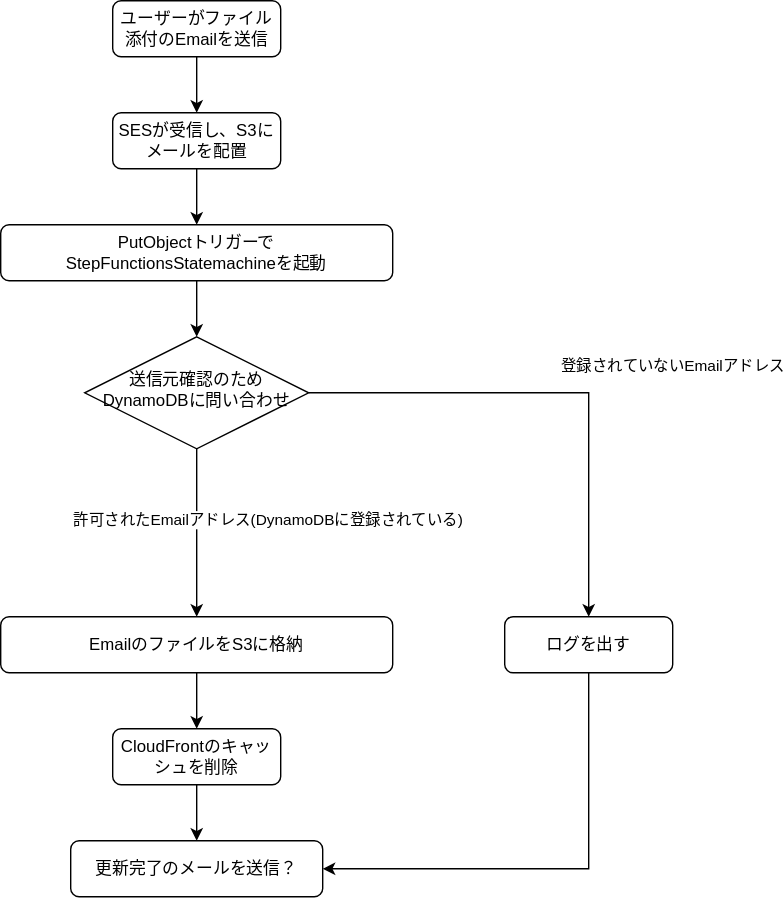
This is img/email-uploader-flow.drawio.svg from m-kotaro/aws-cloudformation-email-uploader, a draw.io export, as it was before one commit. Source tidied: cells renumbered, new cells last; positions are measured from the earlier drawing's top-left corner, leaving out a move shared by most shapes. Its diagram source:
```xml
<mxGraphModel>
  <root>
    <mxCell id="0" />
    <mxCell id="1" parent="0" />
    <mxCell id="2" style="edgeStyle=orthogonalEdgeStyle;rounded=0;jettySize=auto;html=1;" parent="1" edge="1" source="3" target="16">
      <mxGeometry relative="1" as="geometry" />
    </mxCell>
    <mxCell id="3" value="SESが受信し、S3にメールを配置" style="rounded=1;whiteSpace=wrap;html=1;fontSize=12;glass=0;strokeWidth=1;shadow=0;" parent="1" vertex="1">
      <mxGeometry x="80" y="80" width="120" height="40" as="geometry" />
    </mxCell>
    <mxCell id="4" style="edgeStyle=orthogonalEdgeStyle;rounded=0;jettySize=auto;html=1;" parent="1" edge="1" source="8" target="18">
      <mxGeometry relative="1" as="geometry" />
    </mxCell>
    <mxCell id="5" value="許可されたEmailアドレス(DynamoDBに登録されている)" style="edgeLabel;html=1;align=center;verticalAlign=middle;" parent="4" vertex="1">
      <mxGeometry x="-0.6" y="4" relative="1" as="geometry">
        <mxPoint x="46" y="26" as="offset" />
      </mxGeometry>
    </mxCell>
    <mxCell id="6" style="edgeStyle=orthogonalEdgeStyle;rounded=0;jettySize=auto;html=1;" parent="1" edge="1" source="8" target="10">
      <mxGeometry relative="1" as="geometry" />
    </mxCell>
    <mxCell id="7" value="登録されていないEmailアドレス" style="edgeLabel;html=1;align=center;verticalAlign=middle;" parent="6" vertex="1">
      <mxGeometry x="-0.04" relative="1" as="geometry">
        <mxPoint x="88" y="-20" as="offset" />
      </mxGeometry>
    </mxCell>
    <mxCell id="8" value="送信元確認のためDynamoDBに問い合わせ" style="rhombus;whiteSpace=wrap;html=1;shadow=0;fontFamily=Helvetica;fontSize=12;align=center;strokeWidth=1;spacing=6;spacingTop=-4;" parent="1" vertex="1">
      <mxGeometry x="60" y="240" width="160" height="80" as="geometry" />
    </mxCell>
    <mxCell id="9" style="edgeStyle=orthogonalEdgeStyle;rounded=0;jettySize=auto;html=1;" parent="1" edge="1" source="10" target="19">
      <mxGeometry relative="1" as="geometry">
        <Array as="points">
          <mxPoint x="420" y="620" />
        </Array>
      </mxGeometry>
    </mxCell>
    <mxCell id="10" value="ログを出す" style="rounded=1;whiteSpace=wrap;html=1;fontSize=12;glass=0;strokeWidth=1;shadow=0;" parent="1" vertex="1">
      <mxGeometry x="360" y="440" width="120" height="40" as="geometry" />
    </mxCell>
    <mxCell id="11" style="edgeStyle=orthogonalEdgeStyle;rounded=0;jettySize=auto;html=1;" parent="1" edge="1" source="12" target="19">
      <mxGeometry relative="1" as="geometry" />
    </mxCell>
    <mxCell id="12" value="CloudFrontのキャッシュを削除" style="rounded=1;whiteSpace=wrap;html=1;fontSize=12;glass=0;strokeWidth=1;shadow=0;" parent="1" vertex="1">
      <mxGeometry x="80" y="520" width="120" height="40" as="geometry" />
    </mxCell>
    <mxCell id="13" style="edgeStyle=orthogonalEdgeStyle;rounded=0;jettySize=auto;html=1;" parent="1" edge="1" source="14" target="3">
      <mxGeometry relative="1" as="geometry" />
    </mxCell>
    <mxCell id="14" value="ユーザーがファイル添付のEmailを送信" style="rounded=1;whiteSpace=wrap;html=1;fontSize=12;glass=0;strokeWidth=1;shadow=0;" parent="1" vertex="1">
      <mxGeometry x="80" width="120" height="40" as="geometry" />
    </mxCell>
    <mxCell id="15" style="edgeStyle=orthogonalEdgeStyle;rounded=0;jettySize=auto;html=1;" parent="1" edge="1" source="16" target="8">
      <mxGeometry relative="1" as="geometry" />
    </mxCell>
    <mxCell id="16" value="PutObjectトリガーで&lt;div&gt;StepFunctionsStatemachineを起動&lt;/div&gt;" style="rounded=1;whiteSpace=wrap;html=1;fontSize=12;glass=0;strokeWidth=1;shadow=0;" parent="1" vertex="1">
      <mxGeometry y="160" width="280" height="40" as="geometry" />
    </mxCell>
    <mxCell id="17" style="edgeStyle=orthogonalEdgeStyle;rounded=0;jettySize=auto;html=1;" parent="1" edge="1" source="18" target="12">
      <mxGeometry relative="1" as="geometry" />
    </mxCell>
    <mxCell id="18" value="EmailのファイルをS3に格納" style="rounded=1;whiteSpace=wrap;html=1;fontSize=12;glass=0;strokeWidth=1;shadow=0;" parent="1" vertex="1">
      <mxGeometry y="440" width="280" height="40" as="geometry" />
    </mxCell>
    <mxCell id="19" value="更新完了のメールを送信？" style="rounded=1;whiteSpace=wrap;html=1;fontSize=12;glass=0;strokeWidth=1;shadow=0;" parent="1" vertex="1">
      <mxGeometry x="50" y="600" width="180" height="40" as="geometry" />
    </mxCell>
  </root>
</mxGraphModel>
```
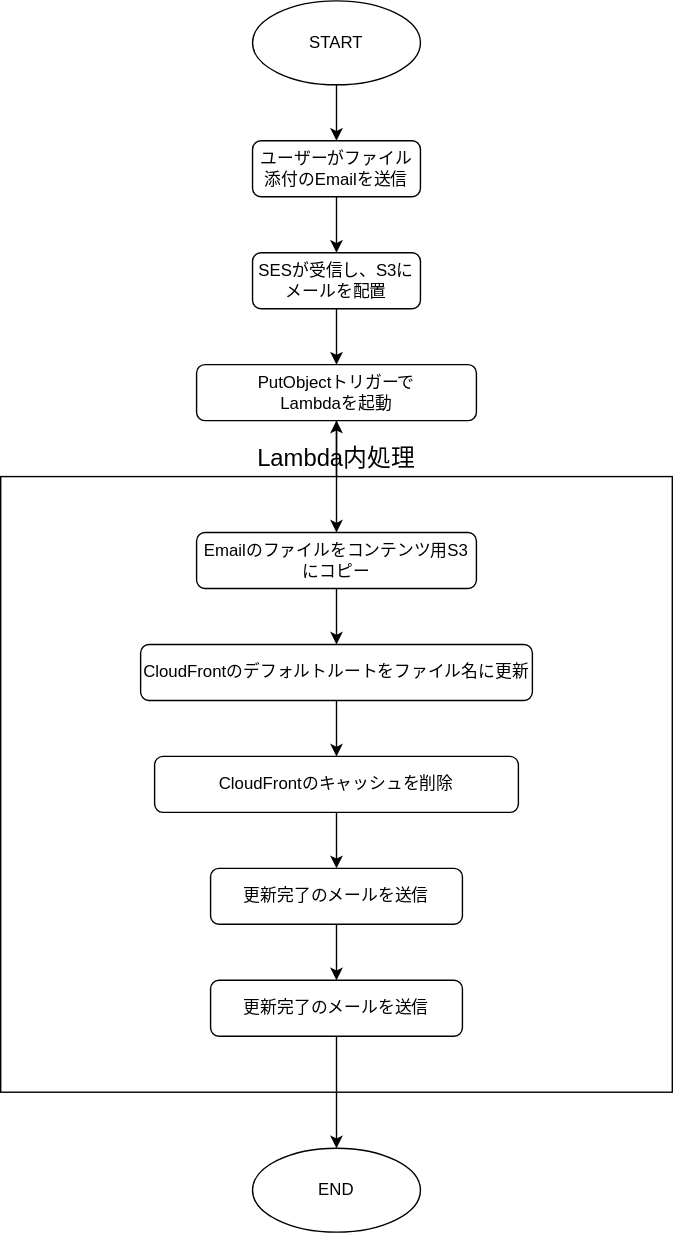
The same diagram one commit later.

The edit, as a diff of the source:
```diff
@@ -2,46 +2,20 @@
   <root>
     <mxCell id="0" />
     <mxCell id="1" parent="0" />
+    <mxCell id="20" value="Lambda内処理" style="rounded=0;whiteSpace=wrap;html=1;fillColor=none;align=center;labelPosition=center;verticalLabelPosition=top;verticalAlign=bottom;labelBorderColor=none;fontSize=17;" parent="1" vertex="1">
+      <mxGeometry x="-100" y="240" width="480" height="440" as="geometry" />
+    </mxCell>
     <mxCell id="2" style="edgeStyle=orthogonalEdgeStyle;rounded=0;jettySize=auto;html=1;" parent="1" edge="1" source="3" target="16">
       <mxGeometry relative="1" as="geometry" />
     </mxCell>
     <mxCell id="3" value="SESが受信し、S3にメールを配置" style="rounded=1;whiteSpace=wrap;html=1;fontSize=12;glass=0;strokeWidth=1;shadow=0;" parent="1" vertex="1">
       <mxGeometry x="80" y="80" width="120" height="40" as="geometry" />
     </mxCell>
-    <mxCell id="4" style="edgeStyle=orthogonalEdgeStyle;rounded=0;jettySize=auto;html=1;" parent="1" edge="1" source="8" target="18">
-      <mxGeometry relative="1" as="geometry" />
-    </mxCell>
-    <mxCell id="5" value="許可されたEmailアドレス(DynamoDBに登録されている)" style="edgeLabel;html=1;align=center;verticalAlign=middle;" parent="4" vertex="1">
-      <mxGeometry x="-0.6" y="4" relative="1" as="geometry">
-        <mxPoint x="46" y="26" as="offset" />
-      </mxGeometry>
-    </mxCell>
-    <mxCell id="6" style="edgeStyle=orthogonalEdgeStyle;rounded=0;jettySize=auto;html=1;" parent="1" edge="1" source="8" target="10">
-      <mxGeometry relative="1" as="geometry" />
-    </mxCell>
-    <mxCell id="7" value="登録されていないEmailアドレス" style="edgeLabel;html=1;align=center;verticalAlign=middle;" parent="6" vertex="1">
-      <mxGeometry x="-0.04" relative="1" as="geometry">
-        <mxPoint x="88" y="-20" as="offset" />
-      </mxGeometry>
-    </mxCell>
-    <mxCell id="8" value="送信元確認のためDynamoDBに問い合わせ" style="rhombus;whiteSpace=wrap;html=1;shadow=0;fontFamily=Helvetica;fontSize=12;align=center;strokeWidth=1;spacing=6;spacingTop=-4;" parent="1" vertex="1">
-      <mxGeometry x="60" y="240" width="160" height="80" as="geometry" />
-    </mxCell>
-    <mxCell id="9" style="edgeStyle=orthogonalEdgeStyle;rounded=0;jettySize=auto;html=1;" parent="1" edge="1" source="10" target="19">
-      <mxGeometry relative="1" as="geometry">
-        <Array as="points">
-          <mxPoint x="420" y="620" />
-        </Array>
-      </mxGeometry>
-    </mxCell>
-    <mxCell id="10" value="ログを出す" style="rounded=1;whiteSpace=wrap;html=1;fontSize=12;glass=0;strokeWidth=1;shadow=0;" parent="1" vertex="1">
-      <mxGeometry x="360" y="440" width="120" height="40" as="geometry" />
-    </mxCell>
     <mxCell id="11" style="edgeStyle=orthogonalEdgeStyle;rounded=0;jettySize=auto;html=1;" parent="1" edge="1" source="12" target="19">
       <mxGeometry relative="1" as="geometry" />
     </mxCell>
     <mxCell id="12" value="CloudFrontのキャッシュを削除" style="rounded=1;whiteSpace=wrap;html=1;fontSize=12;glass=0;strokeWidth=1;shadow=0;" parent="1" vertex="1">
-      <mxGeometry x="80" y="520" width="120" height="40" as="geometry" />
+      <mxGeometry x="10" y="440" width="260" height="40" as="geometry" />
     </mxCell>
     <mxCell id="13" style="edgeStyle=orthogonalEdgeStyle;rounded=0;jettySize=auto;html=1;" parent="1" edge="1" source="14" target="3">
       <mxGeometry relative="1" as="geometry" />
@@ -49,20 +23,47 @@
     <mxCell id="14" value="ユーザーがファイル添付のEmailを送信" style="rounded=1;whiteSpace=wrap;html=1;fontSize=12;glass=0;strokeWidth=1;shadow=0;" parent="1" vertex="1">
       <mxGeometry x="80" width="120" height="40" as="geometry" />
     </mxCell>
-    <mxCell id="15" style="edgeStyle=orthogonalEdgeStyle;rounded=0;jettySize=auto;html=1;" parent="1" edge="1" source="16" target="8">
+    <mxCell id="15" style="edgeStyle=orthogonalEdgeStyle;rounded=0;jettySize=auto;html=1;" parent="1" edge="1" source="16" target="23">
       <mxGeometry relative="1" as="geometry" />
     </mxCell>
-    <mxCell id="16" value="PutObjectトリガーで&lt;div&gt;StepFunctionsStatemachineを起動&lt;/div&gt;" style="rounded=1;whiteSpace=wrap;html=1;fontSize=12;glass=0;strokeWidth=1;shadow=0;" parent="1" vertex="1">
-      <mxGeometry y="160" width="280" height="40" as="geometry" />
+    <mxCell id="16" value="PutObjectトリガーで&lt;div&gt;Lambdaを起動&lt;/div&gt;" style="rounded=1;whiteSpace=wrap;html=1;fontSize=12;glass=0;strokeWidth=1;shadow=0;" parent="1" vertex="1">
+      <mxGeometry x="40" y="160" width="200" height="40" as="geometry" />
     </mxCell>
     <mxCell id="17" style="edgeStyle=orthogonalEdgeStyle;rounded=0;jettySize=auto;html=1;" parent="1" edge="1" source="18" target="12">
       <mxGeometry relative="1" as="geometry" />
     </mxCell>
-    <mxCell id="18" value="EmailのファイルをS3に格納" style="rounded=1;whiteSpace=wrap;html=1;fontSize=12;glass=0;strokeWidth=1;shadow=0;" parent="1" vertex="1">
-      <mxGeometry y="440" width="280" height="40" as="geometry" />
+    <mxCell id="18" value="CloudFrontのデフォルトルートをファイル名に更新" style="rounded=1;whiteSpace=wrap;html=1;fontSize=12;glass=0;strokeWidth=1;shadow=0;" parent="1" vertex="1">
+      <mxGeometry y="360" width="280" height="40" as="geometry" />
     </mxCell>
+    <mxCell id="21" style="edgeStyle=orthogonalEdgeStyle;rounded=0;jettySize=auto;html=1;" parent="1" edge="1" source="19" target="26">
+      <mxGeometry relative="1" as="geometry" />
+    </mxCell>
-    <mxCell id="19" value="更新完了のメールを送信？" style="rounded=1;whiteSpace=wrap;html=1;fontSize=12;glass=0;strokeWidth=1;shadow=0;" parent="1" vertex="1">
-      <mxGeometry x="50" y="600" width="180" height="40" as="geometry" />
+    <mxCell id="19" value="更新完了のメールを送信" style="rounded=1;whiteSpace=wrap;html=1;fontSize=12;glass=0;strokeWidth=1;shadow=0;" parent="1" vertex="1">
+      <mxGeometry x="50" y="520" width="180" height="40" as="geometry" />
     </mxCell>
+    <mxCell id="22" style="edgeStyle=orthogonalEdgeStyle;rounded=0;jettySize=auto;html=1;" parent="1" edge="1" source="23" target="18">
+      <mxGeometry relative="1" as="geometry" />
+    </mxCell>
+    <mxCell id="23" value="&lt;div&gt;&lt;span style=&quot;background-color: transparent; color: light-dark(rgb(0, 0, 0), rgb(255, 255, 255));&quot;&gt;Emailのファイルをコンテンツ用S3にコピー&lt;/span&gt;&lt;/div&gt;" style="rounded=1;whiteSpace=wrap;html=1;fontSize=12;glass=0;strokeWidth=1;shadow=0;" parent="1" vertex="1">
+      <mxGeometry x="40" y="280" width="200" height="40" as="geometry" />
+    </mxCell>
+    <mxCell id="24" style="edgeStyle=orthogonalEdgeStyle;rounded=0;jettySize=auto;html=1;" parent="1" edge="1" source="20" target="16">
+      <mxGeometry relative="1" as="geometry" />
+    </mxCell>
+    <mxCell id="25" style="edgeStyle=orthogonalEdgeStyle;rounded=0;jettySize=auto;html=1;" parent="1" edge="1" source="26" target="29">
+      <mxGeometry relative="1" as="geometry" />
+    </mxCell>
+    <mxCell id="26" value="更新完了のメールを送信" style="rounded=1;whiteSpace=wrap;html=1;fontSize=12;glass=0;strokeWidth=1;shadow=0;" parent="1" vertex="1">
+      <mxGeometry x="50" y="600" width="180" height="40" as="geometry" />
+    </mxCell>
+    <mxCell id="27" style="edgeStyle=orthogonalEdgeStyle;rounded=0;jettySize=auto;html=1;" parent="1" edge="1" source="28" target="14">
+      <mxGeometry relative="1" as="geometry" />
+    </mxCell>
+    <mxCell id="28" value="START" style="ellipse;whiteSpace=wrap;html=1;" parent="1" vertex="1">
+      <mxGeometry x="80" y="-100" width="120" height="60" as="geometry" />
+    </mxCell>
+    <mxCell id="29" value="END" style="ellipse;whiteSpace=wrap;html=1;" parent="1" vertex="1">
+      <mxGeometry x="80" y="720" width="120" height="60" as="geometry" />
+    </mxCell>
   </root>
 </mxGraphModel>
```
